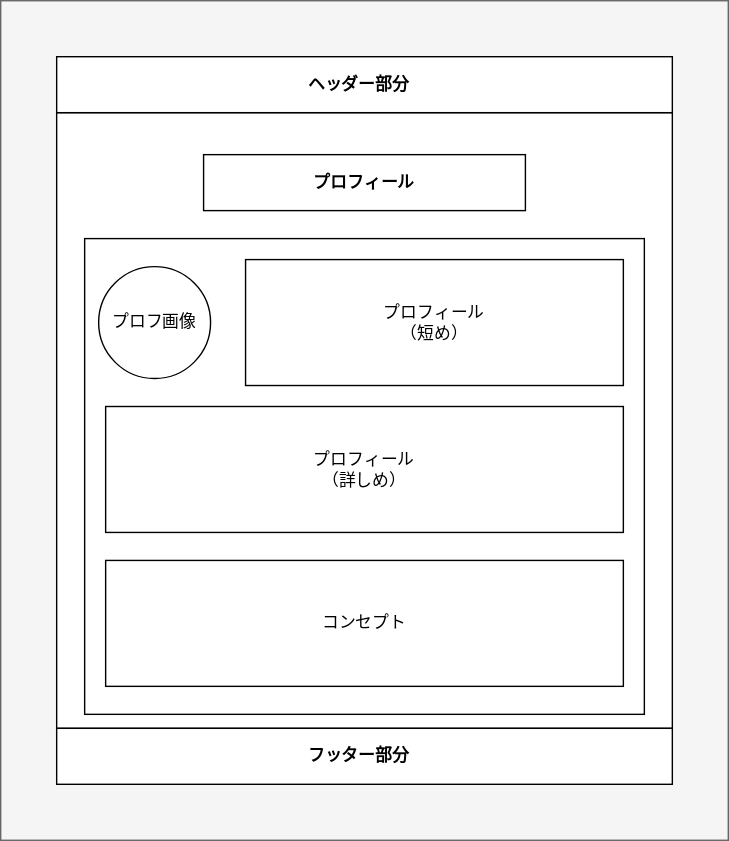
Before: SpecificationDocuments/draw/img/portfolio-introductions.svg, a diagram exported from draw.io (nekkiChan/Portfolio). Source tidied: cells renumbered, new cells last; positions are measured from the earlier drawing's top-left corner, leaving out a move shared by most shapes.
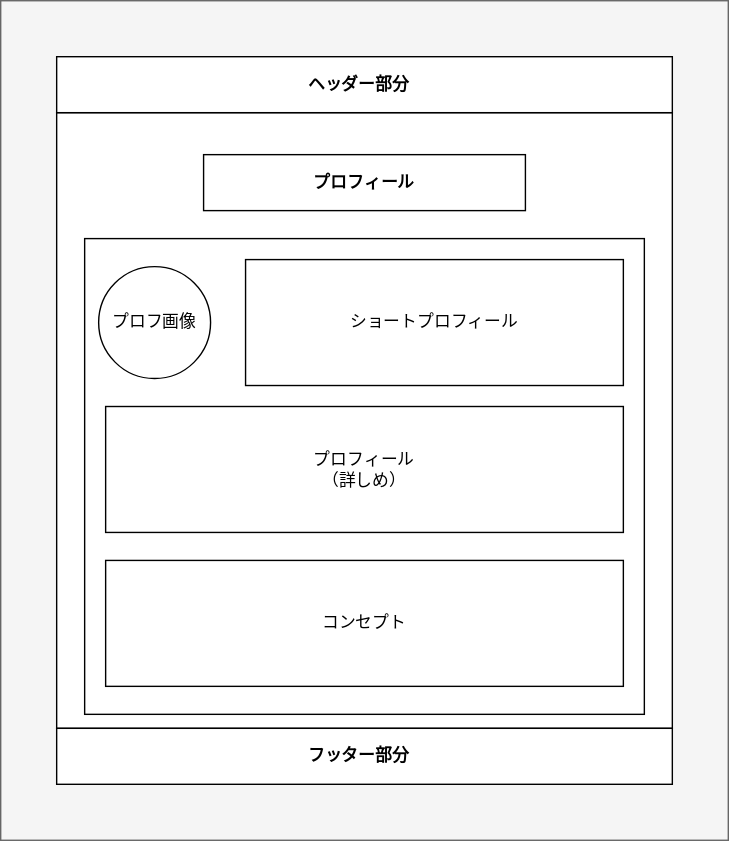
The same diagram one commit later.

What changed in the source:
```diff
@@ -17,7 +17,7 @@
     <mxCell id="6" value="プロフ画像" style="ellipse;whiteSpace=wrap;html=1;" parent="1" vertex="1">
       <mxGeometry x="70" y="190" width="80" height="80" as="geometry" />
     </mxCell>
-    <mxCell id="7" value="プロフィール&lt;br&gt;（短め）" style="rounded=0;whiteSpace=wrap;html=1;" parent="1" vertex="1">
+    <mxCell id="7" value="ショートプロフィール" style="rounded=0;whiteSpace=wrap;html=1;" parent="1" vertex="1">
       <mxGeometry x="175" y="185" width="270" height="90" as="geometry" />
     </mxCell>
     <mxCell id="8" value="プロフィール&lt;br&gt;（詳しめ）" style="rounded=0;whiteSpace=wrap;html=1;" parent="1" vertex="1">
```
